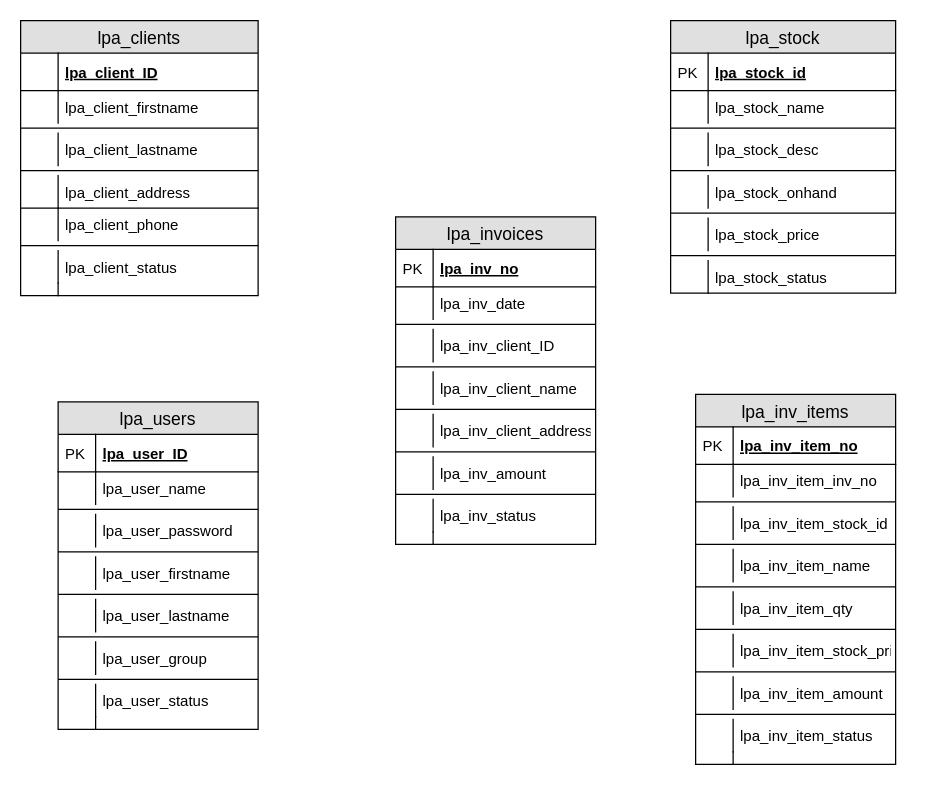
Earlier version of the draw.io diagram Untitled Diagram.drawio (Bikesh1/My-first-project). Source tidied: cells renumbered, new cells numbered last; positions are measured from the earlier drawing's top-left corner, leaving out a move shared by most shapes. Both pictures are drawn from the tidied source at 125%, with x=0, y=0 at pixel (20, 20).
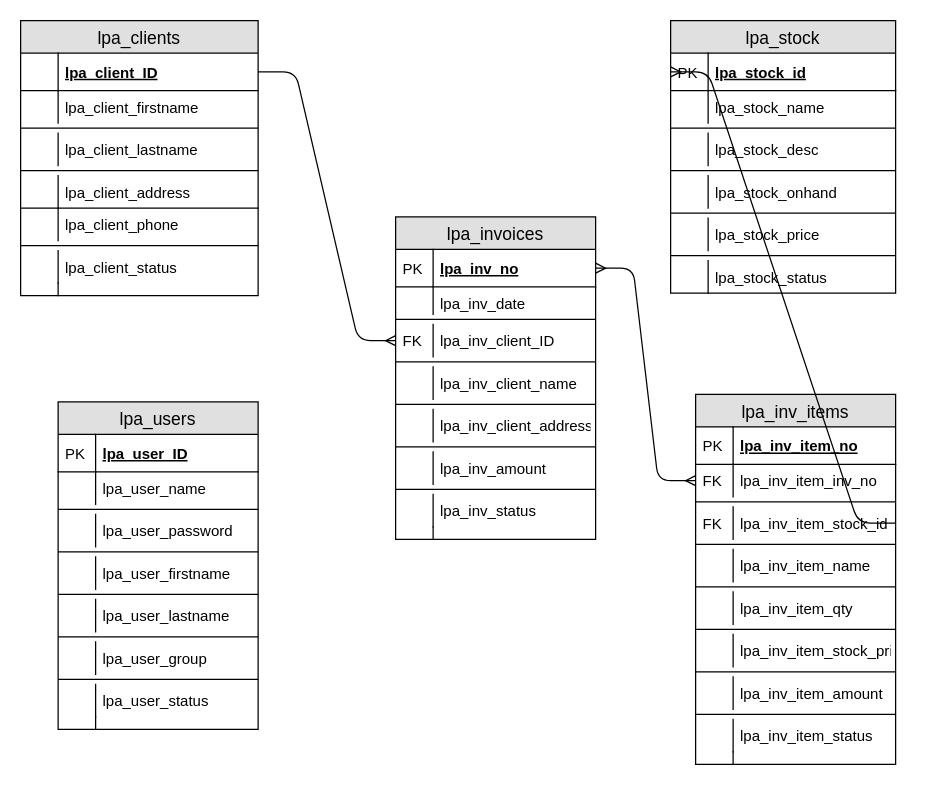
The same diagram, later.

Unchanged cells that the change refers to:
```xml
<mxCell id="3" value="lpa_client_ID" style="shape=partialRectangle;top=0;left=0;right=0;bottom=1;align=left;verticalAlign=middle;fillColor=none;spacingLeft=34;spacingRight=4;overflow=hidden;points=[[0,0.5],[1,0.5]];portConstraint=eastwest;fontStyle=5;fontSize=12;" parent="2" vertex="1">
  <mxGeometry y="26" width="190" height="30" as="geometry" />
</mxCell>
<mxCell id="21" value="lpa_stock_id" style="shape=partialRectangle;top=0;left=0;right=0;bottom=1;align=left;verticalAlign=middle;fillColor=none;spacingLeft=34;spacingRight=4;overflow=hidden;points=[[0,0.5],[1,0.5]];portConstraint=eastwest;fontStyle=5;fontSize=12;" parent="20" vertex="1">
  <mxGeometry y="26" width="180" height="30" as="geometry" />
</mxCell>
<mxCell id="60" value="lpa_inv_no" style="shape=partialRectangle;top=0;left=0;right=0;bottom=1;align=left;verticalAlign=middle;fillColor=none;spacingLeft=34;spacingRight=4;overflow=hidden;points=[[0,0.5],[1,0.5]];portConstraint=eastwest;fontStyle=5;fontSize=12;" parent="59" vertex="1">
  <mxGeometry y="26" width="160" height="30" as="geometry" />
</mxCell>
<mxCell id="84" value="lpa_inv_item_inv_no" style="shape=partialRectangle;top=0;left=0;right=0;bottom=0;align=left;verticalAlign=top;fillColor=none;spacingLeft=34;spacingRight=4;overflow=hidden;points=[[0,0.5],[1,0.5]];portConstraint=eastwest;fontSize=12;" parent="81" vertex="1">
  <mxGeometry y="56" width="160" height="26" as="geometry" />
</mxCell>
<mxCell id="87" value="lpa_inv_item_stock_id" style="shape=partialRectangle;top=0;left=0;right=0;bottom=0;align=left;verticalAlign=top;fillColor=none;spacingLeft=34;spacingRight=4;overflow=hidden;points=[[0,0.5],[1,0.5]];portConstraint=eastwest;fontSize=12;" parent="81" vertex="1">
  <mxGeometry y="90" width="160" height="26" as="geometry" />
</mxCell>
```

Change to the diagram source:
```diff
@@
     <mxCell id="59" value="lpa_invoices" style="swimlane;fontStyle=0;horizontal=1;startSize=26;fillColor=#e0e0e0;swimlaneFillColor=#ffffff;align=center;fontSize=14;" parent="1" vertex="1">
-      <mxGeometry x="300" y="157" width="160" height="262" as="geometry" />
+      <mxGeometry x="300" y="157" width="160" height="258" as="geometry" />
     </mxCell>
@@
     <mxCell id="62" value="lpa_inv_date" style="shape=partialRectangle;top=0;left=0;right=0;bottom=0;align=left;verticalAlign=top;fillColor=none;spacingLeft=34;spacingRight=4;overflow=hidden;fontSize=12;" parent="59" vertex="1">
-      <mxGeometry y="56" width="160" height="26" as="geometry" />
+      <mxGeometry y="56" width="160" height="22" as="geometry" />
     </mxCell>
     <mxCell id="63" style="shape=partialRectangle;top=0;left=0;bottom=0;fillColor=none;align=left;verticalAlign=top;spacingLeft=4;spacingRight=4;overflow=hidden;fontSize=12;" parent="62" vertex="1">
-      <mxGeometry width="30" height="26" as="geometry" />
+      <mxGeometry width="30" height="22" as="geometry" />
     </mxCell>
     <mxCell id="64" style="line;strokeWidth=1;fillColor=none;align=left;verticalAlign=middle;spacingTop=-1;spacingLeft=3;spacingRight=3;labelPosition=right;fontSize=12;" parent="59" vertex="1">
-      <mxGeometry y="82" width="160" height="8" as="geometry" />
+      <mxGeometry y="78" width="160" height="8" as="geometry" />
     </mxCell>
     <mxCell id="65" value="lpa_inv_client_ID" style="shape=partialRectangle;top=0;left=0;right=0;bottom=0;align=left;verticalAlign=top;fillColor=none;spacingLeft=34;spacingRight=4;overflow=hidden;points=[[0,0.5],[1,0.5]];portConstraint=eastwest;fontSize=12;" parent="59" vertex="1">
-      <mxGeometry y="90" width="160" height="26" as="geometry" />
+      <mxGeometry y="86" width="160" height="26" as="geometry" />
     </mxCell>
-    <mxCell id="66" style="shape=partialRectangle;top=0;left=0;bottom=0;fillColor=none;align=left;verticalAlign=top;spacingLeft=4;spacingRight=4;overflow=hidden;fontSize=12;" parent="65" vertex="1">
+    <mxCell id="66" value="FK" style="shape=partialRectangle;top=0;left=0;bottom=0;fillColor=none;align=left;verticalAlign=top;spacingLeft=4;spacingRight=4;overflow=hidden;fontSize=12;" parent="65" vertex="1">
       <mxGeometry width="30" height="26" as="geometry" />
     </mxCell>
     <mxCell id="67" style="line;strokeWidth=1;fillColor=none;align=left;verticalAlign=middle;spacingTop=-1;spacingLeft=3;spacingRight=3;labelPosition=right;fontSize=12;" parent="59" vertex="1">
-      <mxGeometry y="116" width="160" height="8" as="geometry" />
+      <mxGeometry y="112" width="160" height="8" as="geometry" />
     </mxCell>
     <mxCell id="68" value="lpa_inv_client_name" style="shape=partialRectangle;top=0;left=0;right=0;bottom=0;align=left;verticalAlign=top;fillColor=none;spacingLeft=34;spacingRight=4;overflow=hidden;fontSize=12;" parent="59" vertex="1">
-      <mxGeometry y="124" width="160" height="26" as="geometry" />
+      <mxGeometry y="120" width="160" height="26" as="geometry" />
     </mxCell>
@@
     <mxCell id="70" style="line;strokeWidth=1;fillColor=none;align=left;verticalAlign=middle;spacingTop=-1;spacingLeft=3;spacingRight=3;labelPosition=right;fontSize=12;" parent="59" vertex="1">
-      <mxGeometry y="150" width="160" height="8" as="geometry" />
+      <mxGeometry y="146" width="160" height="8" as="geometry" />
     </mxCell>
     <mxCell id="71" value="lpa_inv_client_address" style="shape=partialRectangle;top=0;left=0;right=0;bottom=0;align=left;verticalAlign=top;fillColor=none;spacingLeft=34;spacingRight=4;overflow=hidden;fontSize=12;" parent="59" vertex="1">
-      <mxGeometry y="158" width="160" height="26" as="geometry" />
+      <mxGeometry y="154" width="160" height="26" as="geometry" />
     </mxCell>
@@
     <mxCell id="73" style="line;strokeWidth=1;fillColor=none;align=left;verticalAlign=middle;spacingTop=-1;spacingLeft=3;spacingRight=3;labelPosition=right;fontSize=12;" parent="59" vertex="1">
-      <mxGeometry y="184" width="160" height="8" as="geometry" />
+      <mxGeometry y="180" width="160" height="8" as="geometry" />
     </mxCell>
     <mxCell id="74" value="lpa_inv_amount" style="shape=partialRectangle;top=0;left=0;right=0;bottom=0;align=left;verticalAlign=top;fillColor=none;spacingLeft=34;spacingRight=4;overflow=hidden;fontSize=12;" parent="59" vertex="1">
-      <mxGeometry y="192" width="160" height="26" as="geometry" />
+      <mxGeometry y="188" width="160" height="26" as="geometry" />
     </mxCell>
@@
     <mxCell id="76" style="line;strokeWidth=1;fillColor=none;align=left;verticalAlign=middle;spacingTop=-1;spacingLeft=3;spacingRight=3;labelPosition=right;fontSize=12;" parent="59" vertex="1">
-      <mxGeometry y="218" width="160" height="8" as="geometry" />
+      <mxGeometry y="214" width="160" height="8" as="geometry" />
     </mxCell>
     <mxCell id="77" value="lpa_inv_status" style="shape=partialRectangle;top=0;left=0;right=0;bottom=0;align=left;verticalAlign=top;fillColor=none;spacingLeft=34;spacingRight=4;overflow=hidden;fontSize=12;" parent="59" vertex="1">
-      <mxGeometry y="226" width="160" height="26" as="geometry" />
+      <mxGeometry y="222" width="160" height="26" as="geometry" />
     </mxCell>
@@
     <mxCell id="79" style="shape=partialRectangle;top=0;left=0;right=0;bottom=0;align=left;verticalAlign=top;fillColor=none;spacingLeft=34;spacingRight=4;overflow=hidden;fontSize=12;" parent="59" vertex="1">
-      <mxGeometry y="252" width="160" height="10" as="geometry" />
+      <mxGeometry y="248" width="160" height="10" as="geometry" />
     </mxCell>
@@
-    <mxCell id="85" style="shape=partialRectangle;top=0;left=0;bottom=0;fillColor=none;align=left;verticalAlign=top;spacingLeft=4;spacingRight=4;overflow=hidden;fontSize=12;" parent="84" vertex="1">
+    <mxCell id="85" value="FK" style="shape=partialRectangle;top=0;left=0;bottom=0;fillColor=none;align=left;verticalAlign=top;spacingLeft=4;spacingRight=4;overflow=hidden;fontSize=12;" parent="84" vertex="1">
       <mxGeometry width="30" height="26" as="geometry" />
     </mxCell>
@@
-    <mxCell id="88" style="shape=partialRectangle;top=0;left=0;bottom=0;fillColor=none;align=left;verticalAlign=top;spacingLeft=4;spacingRight=4;overflow=hidden;fontSize=12;" parent="87" vertex="1">
+    <mxCell id="88" value="FK" style="shape=partialRectangle;top=0;left=0;bottom=0;fillColor=none;align=left;verticalAlign=top;spacingLeft=4;spacingRight=4;overflow=hidden;fontSize=12;" parent="87" vertex="1">
       <mxGeometry width="30" height="26" as="geometry" />
     </mxCell>
@@
+    <mxCell id="106" style="edgeStyle=entityRelationEdgeStyle;fontSize=12;html=1;endArrow=ERmany;entryX=0;entryY=0.5;entryDx=0;entryDy=0;" parent="1" edge="1" source="3" target="65">
+      <mxGeometry relative="1" as="geometry" />
+    </mxCell>
+    <mxCell id="107" style="edgeStyle=entityRelationEdgeStyle;fontSize=12;html=1;endArrow=ERmany;entryX=0;entryY=0.5;entryDx=0;entryDy=0;exitX=1;exitY=0.5;exitDx=0;exitDy=0;" parent="1" edge="1" source="87" target="21">
+      <mxGeometry relative="1" as="geometry" />
+    </mxCell>
+    <mxCell id="108" style="edgeStyle=entityRelationEdgeStyle;fontSize=12;html=1;endArrow=ERmany;startArrow=ERmany;" parent="1" edge="1" source="84" target="60">
+      <mxGeometry relative="1" as="geometry" />
+    </mxCell>
```
